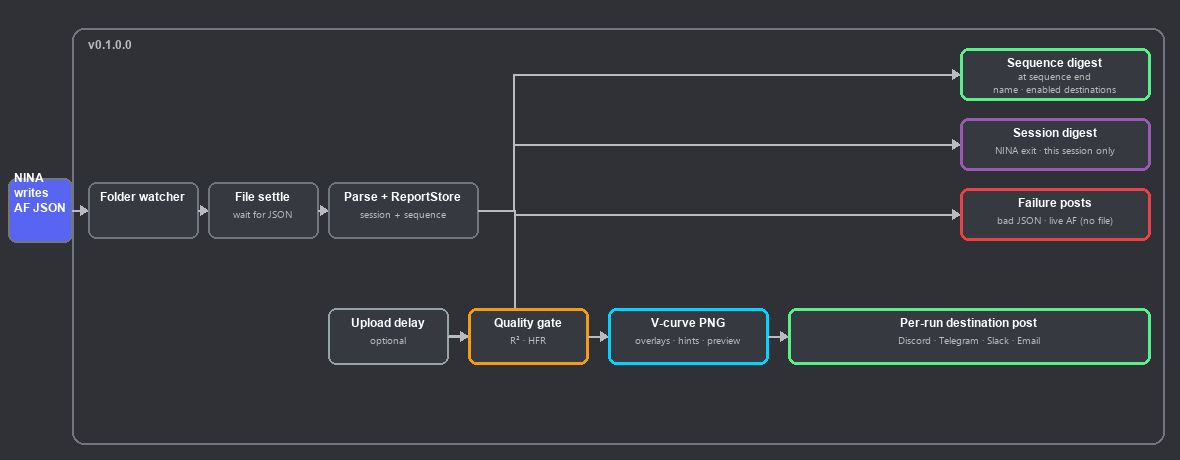
This is assets/flowchart.png from chrisflory/AutoFocusGraphs, a Mermaid export, as it was before one commit. Its source is kept beside it as assets/flowchart.mmd.
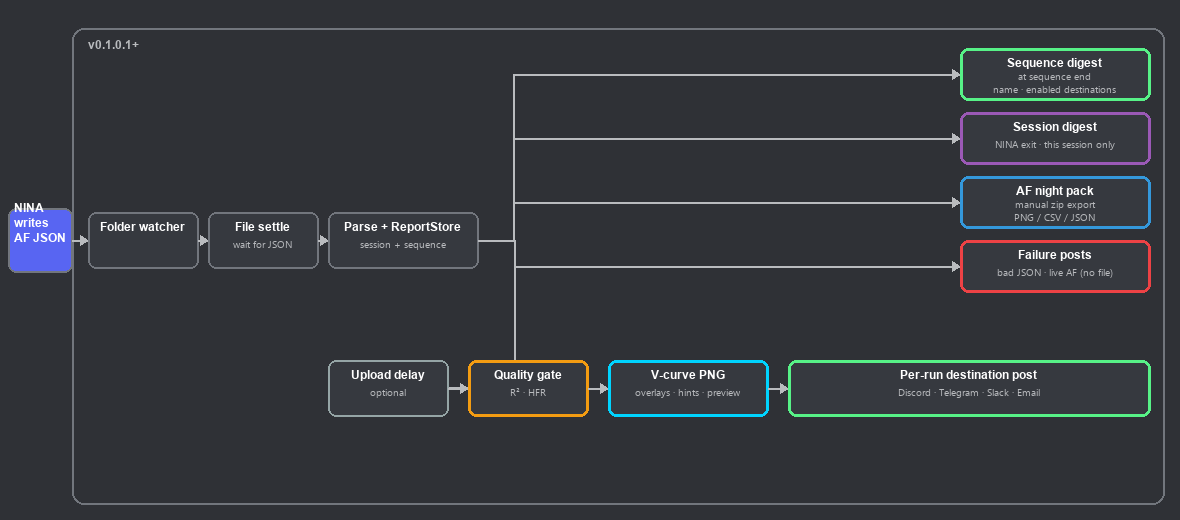
The same diagram one commit later.

The edit, as a diff of the source:
```diff
@@ -3,6 +3,7 @@
     classDef core fill:#36393f,stroke:#72767d,color:#fff
     classDef sequence stroke:#57f287,stroke-width:3px,fill:#36393f,color:#fff
     classDef session stroke:#9b59b6,stroke-width:3px,fill:#36393f,color:#fff
+    classDef pack stroke:#3498db,stroke-width:3px,fill:#36393f,color:#fff
     classDef failure stroke:#ed4245,stroke-width:3px,fill:#36393f,color:#fff
     classDef dest stroke:#57f287,stroke-width:3px,fill:#36393f,color:#fff
     classDef graph stroke:#00d4ff,stroke-width:3px,fill:#36393f,color:#fff
@@ -16,6 +17,7 @@
 
     P --> SEQ["Sequence digest<br/>at sequence end · name"]:::sequence
     P --> SES["Session digest<br/>NINA exit · this session only"]:::session
+    P --> PACK["AF night pack<br/>manual zip · PNG · CSV · JSON"]:::pack
     P --> FAIL["Failure posts<br/>bad JSON · live AF"]:::failure
     P --> D["Upload delay"]:::core
     D --> QG["Quality gate<br/>R² · HFR"]:::quality
```
